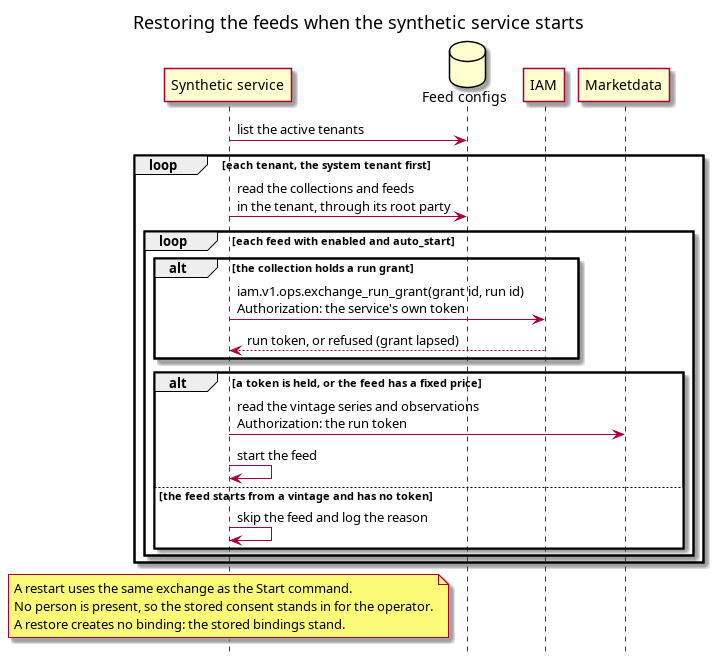
Before: doc/knowledge/architecture/feed_restore_sequence.png, a diagram exported from PlantUML (OreStudio/OreStudio). Its source is kept beside it as doc/knowledge/architecture/feed_restore_sequence.puml.
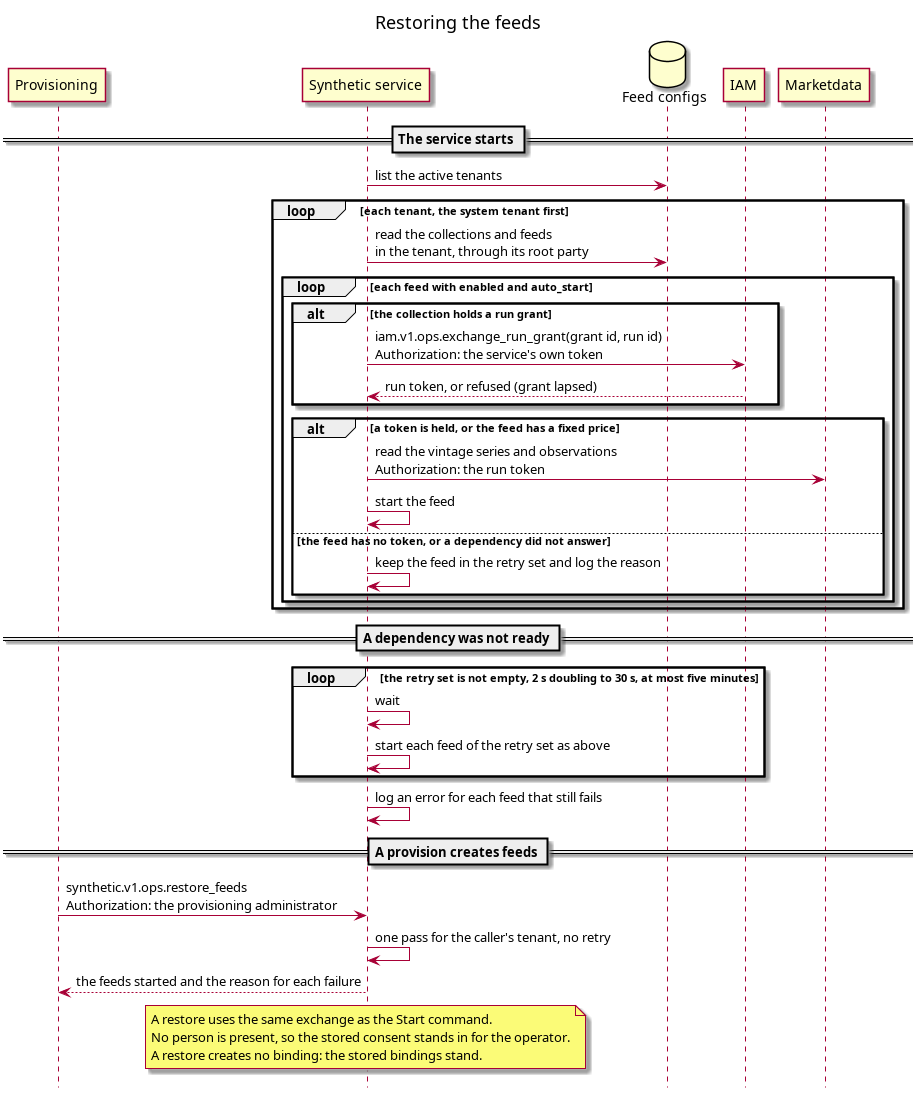
The same file after the commit.

Commit message:
[doc] State how a restore waits for its dependencies and how a provision starts feeds

The edit, as a diff of the source:
```diff
@@ -1,14 +1,17 @@
 @startuml
 
-title Restoring the feeds when the synthetic service starts
+title Restoring the feeds
 
 hide footbox
 skinparam sequenceMessageAlign left
 
+participant "Provisioning" as prov
 participant "Synthetic service" as syn
 database "Feed configs" as db
 participant "IAM" as iam
 participant "Marketdata" as md
+
+== The service starts ==
 
 syn -> db : list the active tenants
 loop each tenant, the system tenant first
@@ -21,14 +24,28 @@
         alt a token is held, or the feed has a fixed price
             syn -> md : read the vintage series and observations\nAuthorization: the run token
             syn -> syn : start the feed
-        else the feed starts from a vintage and has no token
-            syn -> syn : skip the feed and log the reason
+        else the feed has no token, or a dependency did not answer
+            syn -> syn : keep the feed in the retry set and log the reason
         end
     end
 end
 
+== A dependency was not ready ==
+
+loop the retry set is not empty, 2 s doubling to 30 s, at most five minutes
+    syn -> syn : wait
+    syn -> syn : start each feed of the retry set as above
+end
+syn -> syn : log an error for each feed that still fails
+
+== A provision creates feeds ==
+
+prov -> syn : synthetic.v1.ops.restore_feeds\nAuthorization: the provisioning administrator
+syn -> syn : one pass for the caller's tenant, no retry
+syn --> prov : the feeds started and the reason for each failure
+
 note over syn
-    A restart uses the same exchange as the Start command.
+    A restore uses the same exchange as the Start command.
     No person is present, so the stored consent stands in for the operator.
     A restore creates no binding: the stored bindings stand.
 end note
```
